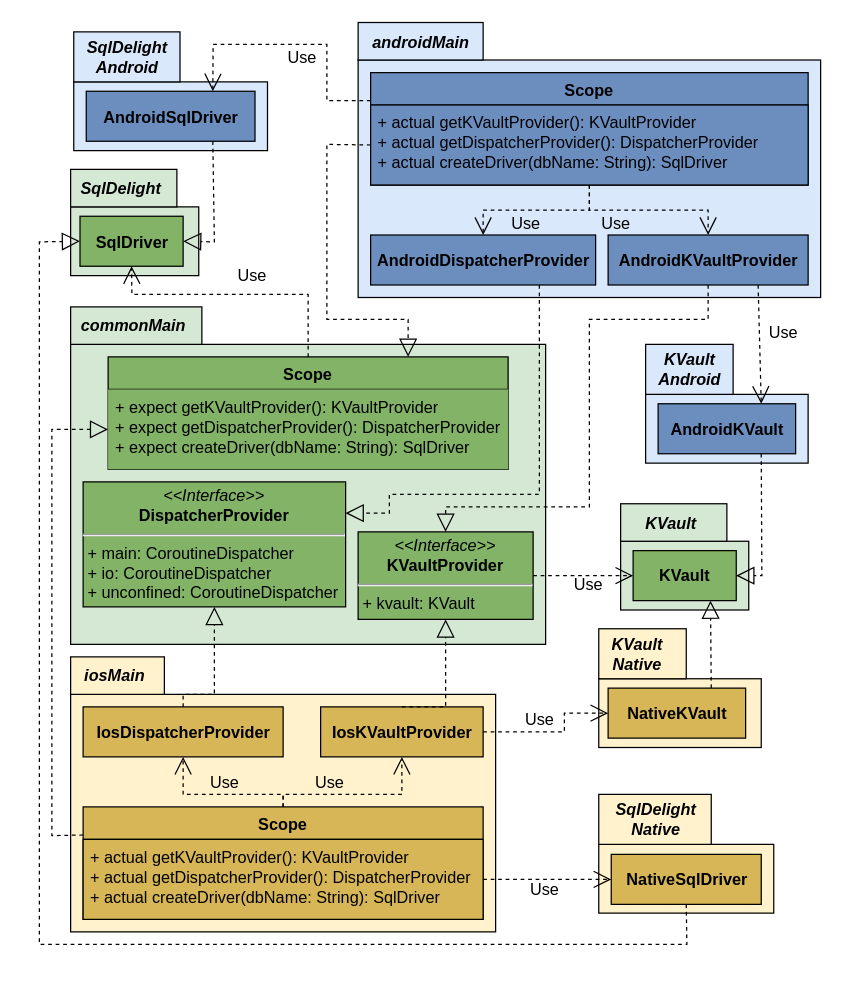
Before: page "21-expectactual" (15 of 19) of tesi.drawio in paganellif/tesi-paganelli, a draw.io diagram. Source tidied: cells renumbered, new cells numbered last; positions are measured from the earlier drawing's top-left corner, leaving out a move shared by most shapes. Both pictures are drawn from the tidied source at 125%, with x=0, y=0 at pixel (39, 21).
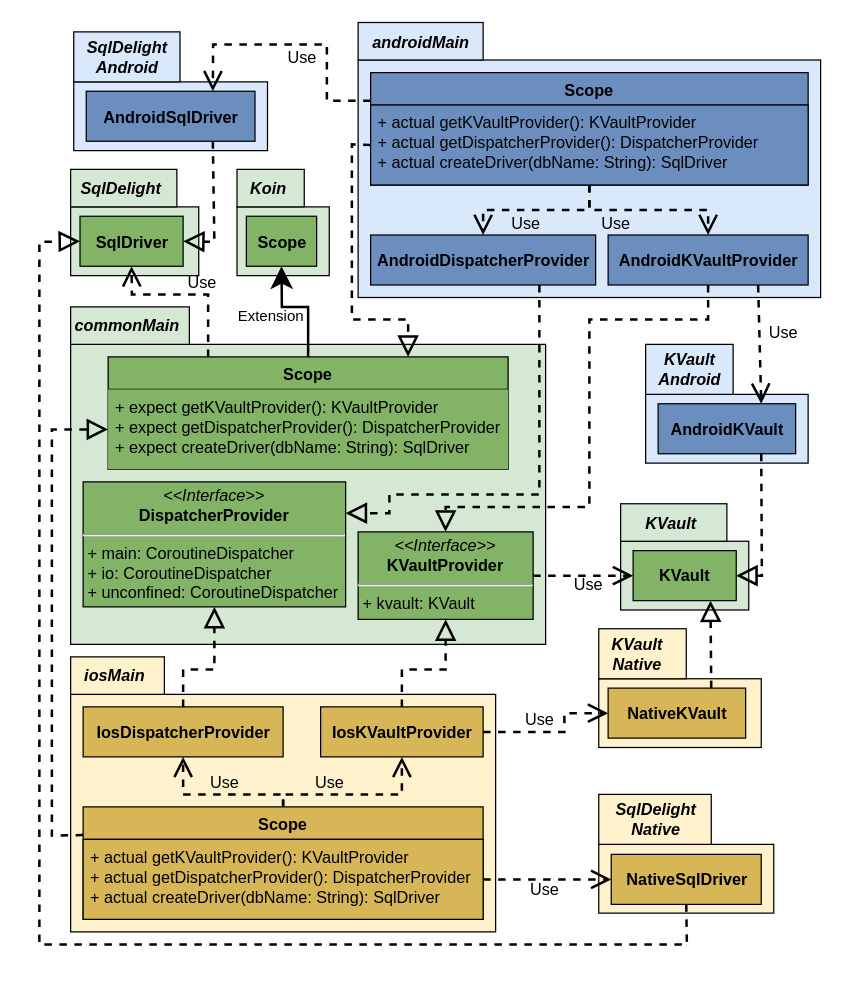
The same diagram, later.

Unchanged cells that the change refers to:
```xml
<mxCell id="5" value="Scope" style="swimlane;fontStyle=1;align=center;verticalAlign=top;horizontal=1;startSize=26;fillColor=#82B366;strokeColor=#000000;fontSize=13;" parent="1" vertex="1">
  <mxGeometry x="55" y="268" width="320" height="90" as="geometry" />
</mxCell>
<mxCell id="6" value="+ expect getKVaultProvider(): KVaultProvider&#10;+ expect getDispatcherProvider(): DispatcherProvider&#10;+ expect createDriver(dbName: String): SqlDriver" style="text;strokeColor=none;fillColor=#82B366;align=left;verticalAlign=top;spacingLeft=4;spacingRight=4;overflow=hidden;points=[[0,0.5],[1,0.5]];portConstraint=eastwest;fontSize=13;" parent="5" vertex="1">
  <mxGeometry y="26" width="320" height="64" as="geometry" />
</mxCell>
<mxCell id="7" value="&lt;p style=&quot;margin: 4px 0px 0px; text-align: center; font-size: 13px;&quot;&gt;&lt;i style=&quot;font-size: 13px;&quot;&gt;&amp;lt;&amp;lt;Interface&amp;gt;&amp;gt;&lt;/i&gt;&lt;br style=&quot;font-size: 13px;&quot;&gt;&lt;b style=&quot;font-size: 13px;&quot;&gt;KVaultProvider&lt;/b&gt;&lt;/p&gt;&lt;hr style=&quot;font-size: 13px;&quot;&gt;&lt;p style=&quot;margin: 0px 0px 0px 4px; font-size: 13px;&quot;&gt;+ kvault: KVault&lt;/p&gt;&lt;p style=&quot;margin: 0px 0px 0px 4px; font-size: 13px;&quot;&gt;&lt;br style=&quot;font-size: 13px;&quot;&gt;&lt;/p&gt;" style="verticalAlign=top;align=left;overflow=fill;fontSize=13;fontFamily=Helvetica;html=1;fillColor=#82B366;strokeColor=#000000;" parent="1" vertex="1">
  <mxGeometry x="255" y="408" width="140" height="70" as="geometry" />
</mxCell>
<mxCell id="8" value="Scope" style="swimlane;fontStyle=1;align=center;verticalAlign=top;horizontal=1;startSize=26;fillColor=#6C8EBF;strokeColor=#000000;fontSize=13;" parent="1" vertex="1">
  <mxGeometry x="265" y="40.5" width="350" height="90" as="geometry" />
</mxCell>
<mxCell id="9" value="+ actual getKVaultProvider(): KVaultProvider&#10;+ actual getDispatcherProvider(): DispatcherProvider&#10;+ actual createDriver(dbName: String): SqlDriver" style="text;strokeColor=#000000;fillColor=#6C8EBF;align=left;verticalAlign=top;spacingLeft=4;spacingRight=4;overflow=hidden;points=[[0,0.5],[1,0.5]];portConstraint=eastwest;fontSize=13;" parent="8" vertex="1">
  <mxGeometry y="26" width="350" height="64" as="geometry" />
</mxCell>
<mxCell id="10" value="&lt;b style=&quot;font-size: 13px;&quot;&gt;AndroidDispatcherProvider&lt;/b&gt;" style="html=1;fillColor=#6C8EBF;strokeColor=#000000;fontSize=13;" parent="1" vertex="1">
  <mxGeometry x="265" y="170.5" width="180" height="40" as="geometry" />
</mxCell>
<mxCell id="13" value="&lt;b style=&quot;font-size: 13px;&quot;&gt;AndroidKVaultProvider&lt;/b&gt;" style="html=1;fillColor=#6C8EBF;strokeColor=#000000;fontSize=13;" parent="1" vertex="1">
  <mxGeometry x="455" y="170.5" width="160" height="40" as="geometry" />
</mxCell>
<mxCell id="16" value="Scope" style="swimlane;fontStyle=1;align=center;verticalAlign=top;horizontal=1;startSize=26;fillColor=#D6B656;strokeColor=#000000;fontSize=13;" parent="1" vertex="1">
  <mxGeometry x="35" y="628" width="320" height="90" as="geometry" />
</mxCell>
<mxCell id="17" value="+ actual getKVaultProvider(): KVaultProvider&#10;+ actual getDispatcherProvider(): DispatcherProvider&#10;+ actual createDriver(dbName: String): SqlDriver" style="text;strokeColor=#000000;fillColor=#D6B656;align=left;verticalAlign=top;spacingLeft=4;spacingRight=4;overflow=hidden;points=[[0,0.5],[1,0.5]];portConstraint=eastwest;fontSize=13;" parent="16" vertex="1">
  <mxGeometry y="26" width="320" height="64" as="geometry" />
</mxCell>
<mxCell id="18" value="&lt;b style=&quot;font-size: 13px;&quot;&gt;IosDispatcherProvider&lt;/b&gt;" style="html=1;fillColor=#D6B656;strokeColor=#000000;fontSize=13;" parent="1" vertex="1">
  <mxGeometry x="35" y="548" width="160" height="40" as="geometry" />
</mxCell>
<mxCell id="20" value="&lt;b style=&quot;font-size: 13px;&quot;&gt;IosKVaultProvider&lt;/b&gt;" style="html=1;fillColor=#D6B656;strokeColor=#000000;fontSize=13;" parent="1" vertex="1">
  <mxGeometry x="225" y="548" width="130" height="40" as="geometry" />
</mxCell>
<mxCell id="23" value="&lt;p style=&quot;margin: 4px 0px 0px; text-align: center; font-size: 13px;&quot;&gt;&lt;i style=&quot;font-size: 13px;&quot;&gt;&amp;lt;&amp;lt;Interface&amp;gt;&amp;gt;&lt;/i&gt;&lt;br style=&quot;font-size: 13px;&quot;&gt;&lt;b style=&quot;font-size: 13px;&quot;&gt;DispatcherProvider&lt;/b&gt;&lt;/p&gt;&lt;hr style=&quot;font-size: 13px;&quot;&gt;&lt;p style=&quot;margin: 0px 0px 0px 4px; font-size: 13px;&quot;&gt;+ main: CoroutineDispatcher&lt;/p&gt;&lt;p style=&quot;margin: 0px 0px 0px 4px; font-size: 13px;&quot;&gt;+ io: CoroutineDispatcher&lt;/p&gt;&lt;p style=&quot;margin: 0px 0px 0px 4px; font-size: 13px;&quot;&gt;+ unconfined: CoroutineDispatcher&lt;/p&gt;&lt;p style=&quot;margin: 0px 0px 0px 4px; font-size: 13px;&quot;&gt;&lt;br style=&quot;font-size: 13px;&quot;&gt;&lt;/p&gt;" style="verticalAlign=top;align=left;overflow=fill;fontSize=13;fontFamily=Helvetica;html=1;fillColor=#82B366;strokeColor=#000000;strokeWidth=1;" parent="1" vertex="1">
  <mxGeometry x="35" y="368" width="210" height="100" as="geometry" />
</mxCell>
<mxCell id="31" value="&lt;b style=&quot;font-size: 13px;&quot;&gt;NativeSqlDriver&lt;/b&gt;" style="html=1;fillColor=#D6B656;strokeColor=#000000;fontSize=13;" parent="1" vertex="1">
  <mxGeometry x="457.5" y="666" width="120" height="40" as="geometry" />
</mxCell>
<mxCell id="36" value="&lt;b style=&quot;font-size: 13px;&quot;&gt;AndroidSqlDriver&lt;/b&gt;" style="html=1;fillColor=#6C8EBF;strokeColor=#000000;fontSize=13;" parent="1" vertex="1">
  <mxGeometry x="37.5" y="55.5" width="135" height="40" as="geometry" />
</mxCell>
<mxCell id="43" value="&lt;b style=&quot;font-size: 13px;&quot;&gt;SqlDriver&lt;/b&gt;" style="html=1;fillColor=#82B366;strokeColor=#000000;fontSize=13;" parent="1" vertex="1">
  <mxGeometry x="32.5" y="155.5" width="82.5" height="40" as="geometry" />
</mxCell>
<mxCell id="51" value="&lt;b style=&quot;font-size: 13px;&quot;&gt;KVault&lt;/b&gt;" style="html=1;fillColor=#82B366;strokeColor=#000000;fontSize=13;" parent="1" vertex="1">
  <mxGeometry x="475" y="423" width="82.5" height="40" as="geometry" />
</mxCell>
<mxCell id="55" value="&lt;b style=&quot;font-size: 13px;&quot;&gt;AndroidKVault&lt;/b&gt;" style="html=1;fillColor=#6C8EBF;strokeColor=#000000;fontSize=13;" parent="1" vertex="1">
  <mxGeometry x="495" y="305.5" width="110" height="40" as="geometry" />
</mxCell>
<mxCell id="61" value="&lt;b style=&quot;font-size: 13px;&quot;&gt;NativeKVault&lt;/b&gt;" style="html=1;fillColor=#D6B656;strokeColor=#000000;fontSize=13;" parent="1" vertex="1">
  <mxGeometry x="455" y="533" width="110" height="40" as="geometry" />
</mxCell>
```

Change to the diagram source:
```diff
@@
-    <mxCell id="11" value="Use" style="endArrow=open;endSize=12;dashed=1;html=1;rounded=0;entryX=0.5;entryY=0;entryDx=0;entryDy=0;labelBackgroundColor=none;fontSize=13;" parent="1" edge="1" source="8" target="10">
+    <mxCell id="11" value="Use" style="endArrow=open;endSize=12;dashed=1;html=1;rounded=0;entryX=0.5;entryY=0;entryDx=0;entryDy=0;labelBackgroundColor=none;fontSize=13;strokeWidth=2;" parent="1" edge="1" source="8" target="10">
       <mxGeometry x="0.14" y="10" relative="1" as="geometry">
         <Array as="points">
           <mxPoint x="440" y="150.5" />
           <mxPoint x="355" y="150.5" />
         </Array>
       </mxGeometry>
     </mxCell>
-    <mxCell id="12" style="endArrow=block;dashed=1;endFill=0;endSize=12;html=1;rounded=0;fontSize=13;entryX=1;entryY=0.25;entryDx=0;entryDy=0;exitX=0.75;exitY=1;exitDx=0;exitDy=0;" parent="1" edge="1" source="10" target="23">
+    <mxCell id="12" style="endArrow=block;dashed=1;endFill=0;endSize=12;html=1;rounded=0;fontSize=13;entryX=1;entryY=0.25;entryDx=0;entryDy=0;exitX=0.75;exitY=1;exitDx=0;exitDy=0;strokeWidth=2;" parent="1" edge="1" source="10" target="23">
       <mxGeometry relative="1" as="geometry">
         <Array as="points">
           <mxPoint x="400" y="378" />
           <mxPoint x="280" y="378" />
           <mxPoint x="280" y="393" />
         </Array>
       </mxGeometry>
     </mxCell>
@@
-    <mxCell id="14" style="endArrow=block;dashed=1;endFill=0;endSize=12;html=1;rounded=0;startArrow=none;fontSize=13;exitX=0.5;exitY=1;exitDx=0;exitDy=0;entryX=0.5;entryY=0;entryDx=0;entryDy=0;" parent="1" edge="1" source="13" target="7">
+    <mxCell id="14" style="endArrow=block;dashed=1;endFill=0;endSize=12;html=1;rounded=0;startArrow=none;fontSize=13;exitX=0.5;exitY=1;exitDx=0;exitDy=0;entryX=0.5;entryY=0;entryDx=0;entryDy=0;strokeWidth=2;" parent="1" edge="1" source="13" target="7">
       <mxGeometry relative="1" as="geometry">
         <Array as="points">
           <mxPoint x="535" y="238" />
           <mxPoint x="440" y="238" />
           <mxPoint x="440" y="388" />
           <mxPoint x="325" y="388" />
         </Array>
       </mxGeometry>
     </mxCell>
-    <mxCell id="15" value="Use" style="endArrow=open;endSize=12;dashed=1;html=1;rounded=0;labelBackgroundColor=none;fontSize=13;" parent="1" edge="1" source="8" target="13">
+    <mxCell id="15" value="Use" style="endArrow=open;endSize=12;dashed=1;html=1;rounded=0;labelBackgroundColor=none;fontSize=13;strokeWidth=2;" parent="1" edge="1" source="8" target="13">
       <mxGeometry x="-0.39" y="-10" relative="1" as="geometry">
         <Array as="points">
           <mxPoint x="440" y="150.5" />
           <mxPoint x="535" y="150.5" />
         </Array>
       </mxGeometry>
     </mxCell>
@@
-    <mxCell id="19" value="Use" style="endArrow=open;endSize=12;dashed=1;html=1;rounded=0;exitX=0.5;exitY=0;exitDx=0;exitDy=0;labelBackgroundColor=none;fontSize=13;" parent="1" edge="1" source="16" target="18">
+    <mxCell id="19" value="Use" style="endArrow=open;endSize=12;dashed=1;html=1;rounded=0;exitX=0.5;exitY=0;exitDx=0;exitDy=0;labelBackgroundColor=none;fontSize=13;strokeWidth=2;" parent="1" edge="1" source="16" target="18">
       <mxGeometry x="-0.05" y="-10" relative="1" as="geometry">
         <Array as="points">
           <mxPoint x="195" y="618" />
           <mxPoint x="115" y="618" />
         </Array>
       </mxGeometry>
     </mxCell>
@@
-    <mxCell id="21" value="Use" style="endArrow=open;endSize=12;dashed=1;html=1;rounded=0;exitX=0.5;exitY=0;exitDx=0;exitDy=0;labelBackgroundColor=none;fontSize=13;" parent="1" edge="1" source="16" target="20">
+    <mxCell id="21" value="Use" style="endArrow=open;endSize=12;dashed=1;html=1;rounded=0;exitX=0.5;exitY=0;exitDx=0;exitDy=0;labelBackgroundColor=none;fontSize=13;strokeWidth=2;" parent="1" edge="1" source="16" target="20">
       <mxGeometry x="-0.31" y="10" relative="1" as="geometry">
         <Array as="points">
           <mxPoint x="195" y="618" />
           <mxPoint x="290" y="618" />
         </Array>
       </mxGeometry>
     </mxCell>
-    <mxCell id="22" style="endArrow=block;dashed=1;endFill=0;endSize=12;html=1;rounded=0;exitX=0.5;exitY=0;exitDx=0;exitDy=0;fontSize=13;" parent="1" edge="1" source="18" target="23">
+    <mxCell id="22" style="endArrow=block;dashed=1;endFill=0;endSize=12;html=1;rounded=0;exitX=0.5;exitY=0;exitDx=0;exitDy=0;fontSize=13;strokeWidth=2;" parent="1" edge="1" source="18" target="23">
       <mxGeometry relative="1" as="geometry">
         <Array as="points">
-          <mxPoint x="115" y="538" />
-          <mxPoint x="140" y="538" />
+          <mxPoint x="115" y="518" />
+          <mxPoint x="140" y="518" />
         </Array>
       </mxGeometry>
     </mxCell>
@@
     <mxCell id="24" style="rounded=0;whiteSpace=wrap;html=1;strokeColor=#000000;fillColor=#D5E8D4;gradientColor=none;" parent="1" vertex="1">
-      <mxGeometry x="25" y="228" width="105" height="30" as="geometry" />
+      <mxGeometry x="25" y="228" width="95" height="30" as="geometry" />
     </mxCell>
     <mxCell id="25" value="&lt;b style=&quot;font-size: 13px;&quot;&gt;&lt;i style=&quot;font-size: 13px;&quot;&gt;commonMain&lt;/i&gt;&lt;/b&gt;" style="text;html=1;align=center;verticalAlign=middle;strokeColor=none;fillColor=none;fontSize=13;" parent="1" vertex="1">
-      <mxGeometry x="20" y="228" width="110" height="30" as="geometry" />
+      <mxGeometry x="15" y="228" width="110" height="30" as="geometry" />
     </mxCell>
@@
-    <mxCell id="34" value="Use" style="endArrow=open;endSize=12;dashed=1;html=1;rounded=0;labelBackgroundColor=none;fontSize=13;exitX=1;exitY=0.5;exitDx=0;exitDy=0;" parent="1" edge="1" source="17" target="31">
+    <mxCell id="34" value="Use" style="endArrow=open;endSize=12;dashed=1;html=1;rounded=0;labelBackgroundColor=none;fontSize=13;exitX=1;exitY=0.5;exitDx=0;exitDy=0;strokeWidth=2;" parent="1" edge="1" source="17" target="31">
       <mxGeometry x="-0.05" y="-8" relative="1" as="geometry" />
     </mxCell>
@@
-    <mxCell id="39" value="Use" style="endArrow=open;endSize=12;dashed=1;html=1;rounded=0;labelBackgroundColor=none;fontSize=13;entryX=0.75;entryY=0;entryDx=0;entryDy=0;exitX=0;exitY=0.25;exitDx=0;exitDy=0;" parent="1" edge="1" source="8" target="36">
+    <mxCell id="39" value="Use" style="endArrow=open;endSize=12;dashed=1;html=1;rounded=0;labelBackgroundColor=none;fontSize=13;entryX=0.75;entryY=0;entryDx=0;entryDy=0;exitX=0;exitY=0.25;exitDx=0;exitDy=0;strokeWidth=2;" parent="1" edge="1" source="8" target="36">
       <mxGeometry x="-0.04" y="10" relative="1" as="geometry">
         <Array as="points">
           <mxPoint x="230" y="63" />
           <mxPoint x="230" y="18" />
           <mxPoint x="139" y="18" />
         </Array>
       </mxGeometry>
     </mxCell>
-    <mxCell id="40" style="endArrow=block;dashed=1;endFill=0;endSize=12;html=1;rounded=0;fontSize=13;entryX=0.75;entryY=0;entryDx=0;entryDy=0;exitX=0;exitY=0.5;exitDx=0;exitDy=0;" parent="1" edge="1" source="9" target="5">
+    <mxCell id="40" style="endArrow=block;dashed=1;endFill=0;endSize=12;html=1;rounded=0;fontSize=13;entryX=0.75;entryY=0;entryDx=0;entryDy=0;exitX=0;exitY=0.5;exitDx=0;exitDy=0;strokeWidth=2;" parent="1" edge="1" source="9" target="5">
       <mxGeometry relative="1" as="geometry">
         <Array as="points">
-          <mxPoint x="230" y="98" />
-          <mxPoint x="230" y="238" />
+          <mxPoint x="250" y="98" />
+          <mxPoint x="250" y="238" />
           <mxPoint x="295" y="238" />
         </Array>
       </mxGeometry>
     </mxCell>
-    <mxCell id="41" style="endArrow=block;dashed=1;endFill=0;endSize=12;html=1;rounded=0;fontSize=13;entryX=0;entryY=0.5;entryDx=0;entryDy=0;exitX=0;exitY=0.25;exitDx=0;exitDy=0;" parent="1" edge="1" source="16" target="6">
+    <mxCell id="41" style="endArrow=block;dashed=1;endFill=0;endSize=12;html=1;rounded=0;fontSize=13;entryX=0;entryY=0.5;entryDx=0;entryDy=0;exitX=0;exitY=0.25;exitDx=0;exitDy=0;strokeWidth=2;" parent="1" edge="1" source="16" target="6">
       <mxGeometry relative="1" as="geometry">
         <Array as="points">
           <mxPoint x="10" y="651" />
           <mxPoint x="10" y="326" />
         </Array>
       </mxGeometry>
     </mxCell>
@@
-    <mxCell id="46" style="endArrow=block;dashed=1;endFill=0;endSize=12;html=1;rounded=0;fontSize=13;entryX=0;entryY=0.5;entryDx=0;entryDy=0;exitX=0.5;exitY=1;exitDx=0;exitDy=0;" parent="1" edge="1" source="31" target="43">
+    <mxCell id="46" style="endArrow=block;dashed=1;endFill=0;endSize=12;html=1;rounded=0;fontSize=13;entryX=0;entryY=0.5;entryDx=0;entryDy=0;exitX=0.5;exitY=1;exitDx=0;exitDy=0;strokeWidth=2;" parent="1" edge="1" source="31" target="43">
       <mxGeometry relative="1" as="geometry">
         <Array as="points">
           <mxPoint x="518" y="738" />
           <mxPoint y="738" />
           <mxPoint y="176" />
         </Array>
       </mxGeometry>
     </mxCell>
-    <mxCell id="47" style="endArrow=block;dashed=1;endFill=0;endSize=12;html=1;rounded=0;fontSize=13;entryX=1;entryY=0.5;entryDx=0;entryDy=0;exitX=0.75;exitY=1;exitDx=0;exitDy=0;" parent="1" edge="1" source="36" target="43">
+    <mxCell id="47" style="endArrow=block;dashed=1;endFill=0;endSize=12;html=1;rounded=0;fontSize=13;entryX=1;entryY=0.5;entryDx=0;entryDy=0;exitX=0.75;exitY=1;exitDx=0;exitDy=0;strokeWidth=2;" parent="1" edge="1" source="36" target="43">
       <mxGeometry relative="1" as="geometry">
         <Array as="points">
           <mxPoint x="140" y="176" />
         </Array>
       </mxGeometry>
     </mxCell>
-    <mxCell id="48" value="Use" style="endArrow=open;endSize=12;dashed=1;html=1;rounded=0;labelBackgroundColor=none;fontSize=13;entryX=0.5;entryY=1;entryDx=0;entryDy=0;exitX=0.5;exitY=0;exitDx=0;exitDy=0;" parent="1" edge="1" source="5" target="43">
-      <mxGeometry x="-0.11" y="-15" relative="1" as="geometry">
+    <mxCell id="48" value="Use" style="endArrow=open;endSize=12;dashed=1;html=1;rounded=0;labelBackgroundColor=none;fontSize=13;entryX=0.5;entryY=1;entryDx=0;entryDy=0;exitX=0.25;exitY=0;exitDx=0;exitDy=0;strokeWidth=2;" parent="1" edge="1" source="5" target="43">
+      <mxGeometry x="-0.18" y="-10" relative="1" as="geometry">
         <Array as="points">
-          <mxPoint x="215" y="218" />
+          <mxPoint x="135" y="218" />
           <mxPoint x="74" y="218" />
         </Array>
       </mxGeometry>
     </mxCell>
-    <mxCell id="49" style="endArrow=block;dashed=1;endFill=0;endSize=12;html=1;rounded=0;startArrow=none;fontSize=13;exitX=0.5;exitY=0;exitDx=0;exitDy=0;entryX=0.5;entryY=1;entryDx=0;entryDy=0;" parent="1" edge="1" source="20" target="7">
+    <mxCell id="49" style="endArrow=block;dashed=1;endFill=0;endSize=12;html=1;rounded=0;startArrow=none;fontSize=13;exitX=0.5;exitY=0;exitDx=0;exitDy=0;entryX=0.5;entryY=1;entryDx=0;entryDy=0;strokeWidth=2;" parent="1" edge="1" source="20" target="7">
       <mxGeometry relative="1" as="geometry">
         <Array as="points">
           <mxPoint x="290" y="548" />
-          <mxPoint x="325" y="548" />
+          <mxPoint x="290" y="518" />
+          <mxPoint x="325" y="518" />
         </Array>
       </mxGeometry>
     </mxCell>
@@
-    <mxCell id="58" value="Use" style="endArrow=open;endSize=12;dashed=1;html=1;rounded=0;labelBackgroundColor=none;fontSize=13;entryX=0.75;entryY=0;entryDx=0;entryDy=0;exitX=0.75;exitY=1;exitDx=0;exitDy=0;" parent="1" edge="1" source="13" target="55">
+    <mxCell id="58" value="Use" style="endArrow=open;endSize=12;dashed=1;html=1;rounded=0;labelBackgroundColor=none;fontSize=13;entryX=0.75;entryY=0;entryDx=0;entryDy=0;exitX=0.75;exitY=1;exitDx=0;exitDy=0;strokeWidth=2;" parent="1" edge="1" source="13" target="55">
       <mxGeometry x="-0.21" y="19" relative="1" as="geometry" />
     </mxCell>
-    <mxCell id="59" style="endArrow=block;dashed=1;endFill=0;endSize=12;html=1;rounded=0;startArrow=none;fontSize=13;exitX=0.75;exitY=1;exitDx=0;exitDy=0;entryX=1;entryY=0.5;entryDx=0;entryDy=0;" parent="1" edge="1" source="55" target="51">
+    <mxCell id="59" style="endArrow=block;dashed=1;endFill=0;endSize=12;html=1;rounded=0;startArrow=none;fontSize=13;exitX=0.75;exitY=1;exitDx=0;exitDy=0;entryX=1;entryY=0.5;entryDx=0;entryDy=0;strokeWidth=2;" parent="1" edge="1" source="55" target="51">
       <mxGeometry relative="1" as="geometry">
         <Array as="points">
           <mxPoint x="578" y="443" />
         </Array>
       </mxGeometry>
     </mxCell>
@@
-    <mxCell id="64" value="Use" style="endArrow=open;endSize=12;dashed=1;html=1;rounded=0;labelBackgroundColor=none;fontSize=13;entryX=0;entryY=0.5;entryDx=0;entryDy=0;" parent="1" edge="1" source="20" target="61">
+    <mxCell id="64" value="Use" style="endArrow=open;endSize=12;dashed=1;html=1;rounded=0;labelBackgroundColor=none;fontSize=13;entryX=0;entryY=0.5;entryDx=0;entryDy=0;strokeWidth=2;" parent="1" edge="1" source="20" target="61">
       <mxGeometry x="-0.22" y="10" relative="1" as="geometry">
         <Array as="points">
           <mxPoint x="420" y="568" />
           <mxPoint x="420" y="553" />
         </Array>
       </mxGeometry>
     </mxCell>
-    <mxCell id="65" style="endArrow=block;dashed=1;endFill=0;endSize=12;html=1;rounded=0;startArrow=none;fontSize=13;exitX=0.75;exitY=0;exitDx=0;exitDy=0;entryX=0.75;entryY=1;entryDx=0;entryDy=0;" parent="1" edge="1" source="61" target="51">
+    <mxCell id="65" style="endArrow=block;dashed=1;endFill=0;endSize=12;html=1;rounded=0;startArrow=none;fontSize=13;exitX=0.75;exitY=0;exitDx=0;exitDy=0;entryX=0.75;entryY=1;entryDx=0;entryDy=0;strokeWidth=2;" parent="1" edge="1" source="61" target="51">
       <mxGeometry relative="1" as="geometry" />
     </mxCell>
-    <mxCell id="66" value="Use" style="endArrow=open;endSize=12;dashed=1;html=1;rounded=0;labelBackgroundColor=none;fontSize=13;entryX=0;entryY=0.5;entryDx=0;entryDy=0;exitX=1;exitY=0.5;exitDx=0;exitDy=0;" parent="1" edge="1" source="7" target="51">
+    <mxCell id="66" value="Use" style="endArrow=open;endSize=12;dashed=1;html=1;rounded=0;labelBackgroundColor=none;fontSize=13;entryX=0;entryY=0.5;entryDx=0;entryDy=0;exitX=1;exitY=0.5;exitDx=0;exitDy=0;strokeWidth=2;" parent="1" edge="1" source="7" target="51">
       <mxGeometry x="0.11" y="-7" relative="1" as="geometry" />
     </mxCell>
+    <mxCell id="67" style="rounded=0;whiteSpace=wrap;html=1;strokeColor=#000000;fillColor=#D5E8D4;fontSize=13;" parent="1" vertex="1">
+      <mxGeometry x="158.1" y="148" width="73.8" height="55" as="geometry" />
+    </mxCell>
+    <mxCell id="68" value="&lt;b style=&quot;font-size: 13px;&quot;&gt;Scope&lt;/b&gt;" style="html=1;fillColor=#82B366;strokeColor=#000000;fontSize=13;" parent="1" vertex="1">
+      <mxGeometry x="165.6" y="155.5" width="56.2" height="40" as="geometry" />
+    </mxCell>
+    <mxCell id="69" style="rounded=0;whiteSpace=wrap;html=1;strokeColor=#000000;fillColor=#D5E8D4;gradientColor=none;" parent="1" vertex="1">
+      <mxGeometry x="158.1" y="118" width="53.8" height="30" as="geometry" />
+    </mxCell>
+    <mxCell id="70" value="&lt;b style=&quot;font-size: 13px;&quot;&gt;&lt;i style=&quot;font-size: 13px;&quot;&gt;Koin&lt;br&gt;&lt;/i&gt;&lt;/b&gt;" style="text;html=1;align=center;verticalAlign=middle;strokeColor=none;fillColor=none;fontSize=13;" parent="1" vertex="1">
+      <mxGeometry x="158.1" y="118" width="50" height="30" as="geometry" />
+    </mxCell>
+    <mxCell id="71" style="endArrow=classic;html=1;rounded=0;endSize=12;exitX=0.5;exitY=0;exitDx=0;exitDy=0;entryX=0.5;entryY=1;entryDx=0;entryDy=0;strokeWidth=2;" parent="1" edge="1" source="5" target="68">
+      <mxGeometry relative="1" as="geometry">
+        <Array as="points">
+          <mxPoint x="215" y="228" />
+          <mxPoint x="194" y="228" />
+        </Array>
+      </mxGeometry>
+    </mxCell>
+    <mxCell id="72" value="Extension" style="text;html=1;align=center;verticalAlign=middle;strokeColor=none;fillColor=none;" parent="1" vertex="1">
+      <mxGeometry x="145" y="220.5" width="80" height="30" as="geometry" />
+    </mxCell>
```
